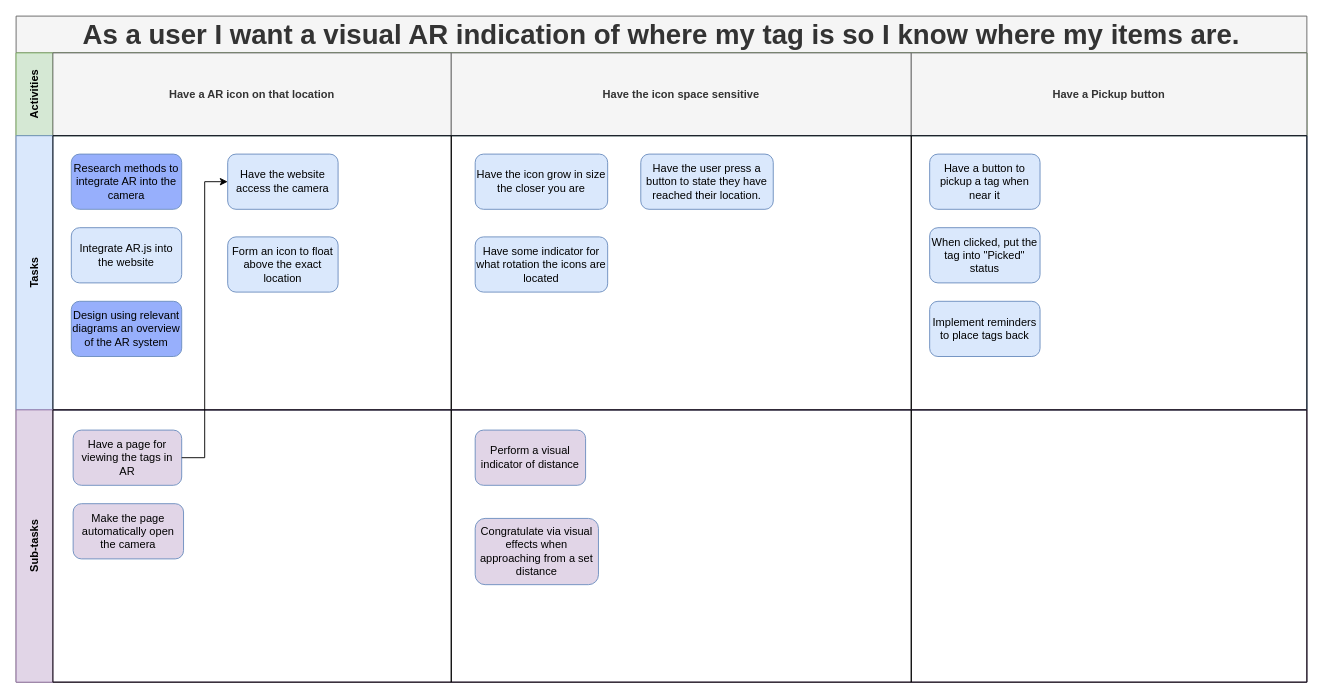
Earlier version of the draw.io diagram Documentation/Project Diagrams/Story Maps/AR Theme.drawio (ickeyben123/AR). Source tidied: cells renumbered, new cells numbered last; positions are measured from the earlier drawing's top-left corner, leaving out a move shared by most shapes. Both pictures are drawn from the tidied source at 92%, with x=0, y=0 at pixel (16, 16).
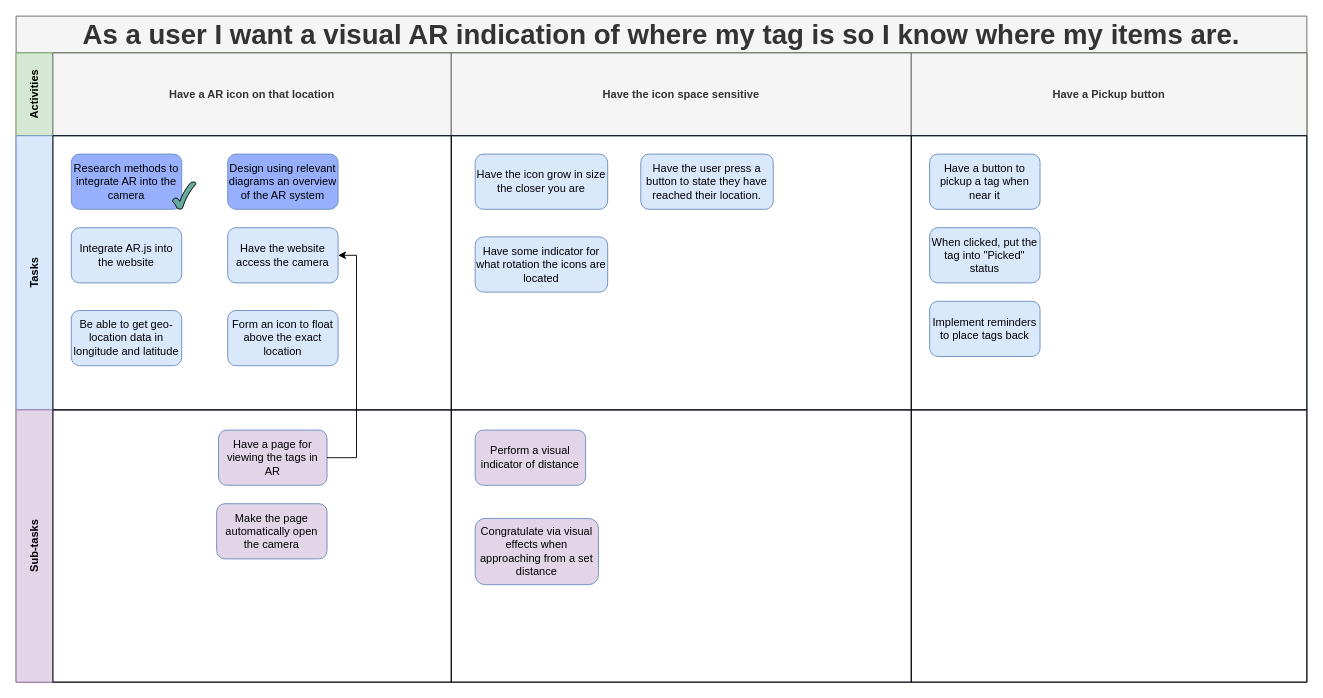
Above is the later version.

The change refers to these unchanged cells:
```xml
<mxCell id="2" value="As a user I want a visual AR indication of where my tag is so I know where my items are." style="shape=table;childLayout=tableLayout;rowLines=0;columnLines=0;startSize=40;html=1;whiteSpace=wrap;fontStyle=1;align=center;labelBackgroundColor=none;strokeWidth=1;fontSize=30;fillColor=#f5f5f5;strokeColor=#666666;fontColor=#333333;" parent="1" vertex="1">
  <mxGeometry width="1403" height="724" as="geometry" />
</mxCell>
<mxCell id="8" style="swimlane;startSize=0;html=1;whiteSpace=wrap;" parent="7" vertex="1">
  <mxGeometry x="40" width="433" height="298" as="geometry" />
</mxCell>
<mxCell id="23" style="swimlane;startSize=0;html=1;whiteSpace=wrap;" parent="22" vertex="1">
  <mxGeometry x="40" width="433" height="296" as="geometry" />
</mxCell>
```

The edit, as a diff of the source:
```diff
@@
     <mxCell id="9" value="Have the website access the camera" style="rounded=1;whiteSpace=wrap;html=1;strokeWidth=1;fillColor=#dae8fc;strokeColor=#6c8ebf;" parent="8" vertex="1">
-      <mxGeometry x="190" y="20" width="120" height="60" as="geometry" />
+      <mxGeometry x="190" y="100" width="120" height="60" as="geometry" />
     </mxCell>
     <mxCell id="10" value="Form an icon to float above the exact location" style="rounded=1;whiteSpace=wrap;html=1;strokeWidth=1;fillColor=#dae8fc;strokeColor=#6c8ebf;" parent="8" vertex="1">
-      <mxGeometry x="190" y="110" width="120" height="60" as="geometry" />
+      <mxGeometry x="190" y="190" width="120" height="60" as="geometry" />
     </mxCell>
     <mxCell id="11" value="Design using relevant diagrams an overview of the AR system" style="rounded=1;whiteSpace=wrap;html=1;strokeWidth=1;fillColor=#97AFFC;strokeColor=#6c8ebf;" parent="8" vertex="1">
-      <mxGeometry x="20" y="180" width="120" height="60" as="geometry" />
+      <mxGeometry x="190" y="20" width="120" height="60" as="geometry" />
     </mxCell>
@@
+    <mxCell id="32" value="Be able to get geo-location data in longitude and latitude" style="rounded=1;whiteSpace=wrap;html=1;strokeWidth=1;fillColor=#dae8fc;strokeColor=#6c8ebf;" parent="8" vertex="1">
+      <mxGeometry x="20" y="190" width="120" height="60" as="geometry" />
+    </mxCell>
+    <mxCell id="33" style="verticalLabelPosition=bottom;verticalAlign=top;html=1;shape=mxgraph.basic.tick;fillColor=#67AB9F;" parent="8" vertex="1">
+      <mxGeometry x="130" y="50" width="25.5" height="30" as="geometry" />
+    </mxCell>
@@
     <mxCell id="24" value="Have a page for viewing the tags in AR" style="rounded=1;whiteSpace=wrap;html=1;strokeWidth=1;fillColor=#E1D5E7;strokeColor=#6c8ebf;" parent="23" vertex="1">
-      <mxGeometry x="22" y="22" width="118" height="60" as="geometry" />
+      <mxGeometry x="180" y="22" width="118" height="60" as="geometry" />
     </mxCell>
     <mxCell id="25" value="Make the page automatically open the camera" style="rounded=1;whiteSpace=wrap;html=1;strokeWidth=1;fillColor=#E1D5E7;strokeColor=#6c8ebf;" parent="23" vertex="1">
-      <mxGeometry x="22" y="102" width="120" height="60" as="geometry" />
+      <mxGeometry x="178" y="102" width="120" height="60" as="geometry" />
     </mxCell>
@@
-    <mxCell id="31" style="edgeStyle=orthogonalEdgeStyle;rounded=0;jettySize=auto;html=1;entryX=0;entryY=0.5;entryDx=0;entryDy=0;" parent="2" edge="1" source="24" target="9">
-      <mxGeometry relative="1" as="geometry" />
+    <mxCell id="31" style="edgeStyle=orthogonalEdgeStyle;rounded=0;jettySize=auto;html=1;entryX=1;entryY=0.5;entryDx=0;entryDy=0;" parent="2" edge="1" source="24" target="9">
+      <mxGeometry relative="1" as="geometry">
+        <Array as="points">
+          <mxPoint x="370" y="480" />
+          <mxPoint x="370" y="260" />
+        </Array>
+      </mxGeometry>
     </mxCell>
```
